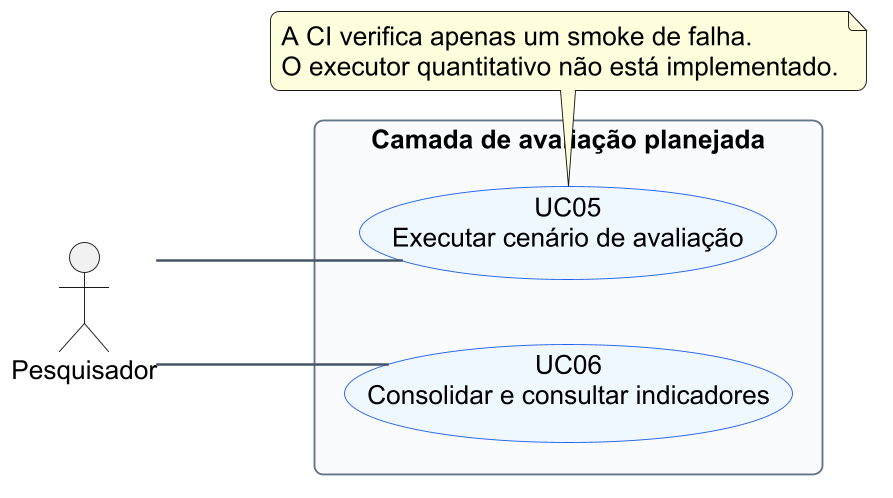
Earlier version of the PlantUML export projeto-latex-java/Diagramas/plantuml/casos-experimento.png (ilann47/TCC-2026).
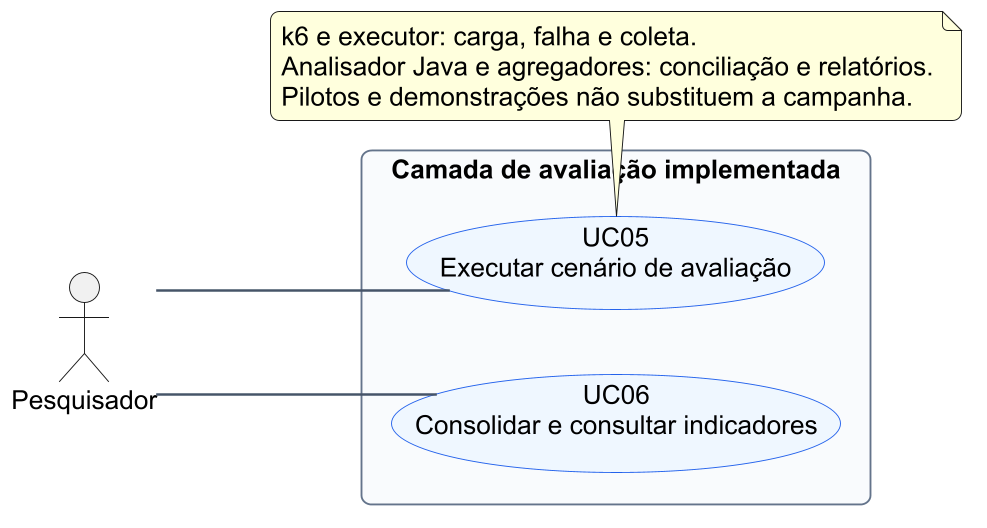
The same file after the commit.

Diff of the diagram source:
```diff
@@ -2,14 +2,15 @@
 !include tema.puml
 left to right direction
 actor Pesquisador as P
-rectangle "Camada de avaliação planejada" {
+rectangle "Camada de avaliação implementada" {
  usecase "UC05\nExecutar cenário de avaliação" as U5
  usecase "UC06\nConsolidar e consultar indicadores" as U6
 }
 P -- U5
 P -- U6
 note bottom of U5
- A CI verifica apenas um smoke de falha.
- O executor quantitativo não está implementado.
+ k6 e executor: carga, falha e coleta.
+ Analisador Java e agregadores: conciliação e relatórios.
+ Pilotos e demonstrações não substituem a campanha.
 end note
 @enduml
```
